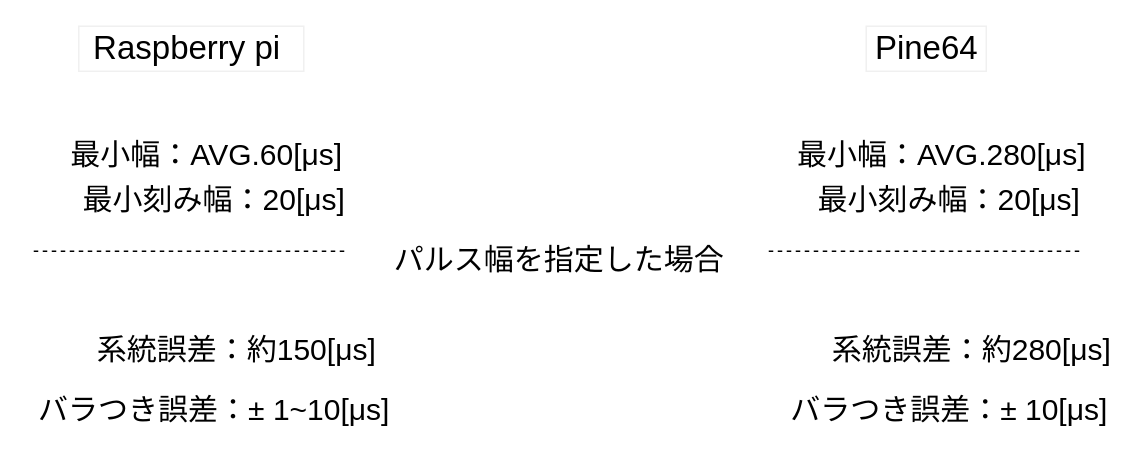
parupappa/Pine64-python--pulse keeps this draw.io diagram as Pulsesimulator/usual/seinou_hyouka.dio. Above is the earlier version. Source tidied: cells renumbered, new cells numbered last; positions are measured from the earlier drawing's top-left corner, leaving out a move shared by most shapes. Both pictures are drawn from the tidied source at 150%, with x=0, y=0 at pixel (26, 26).
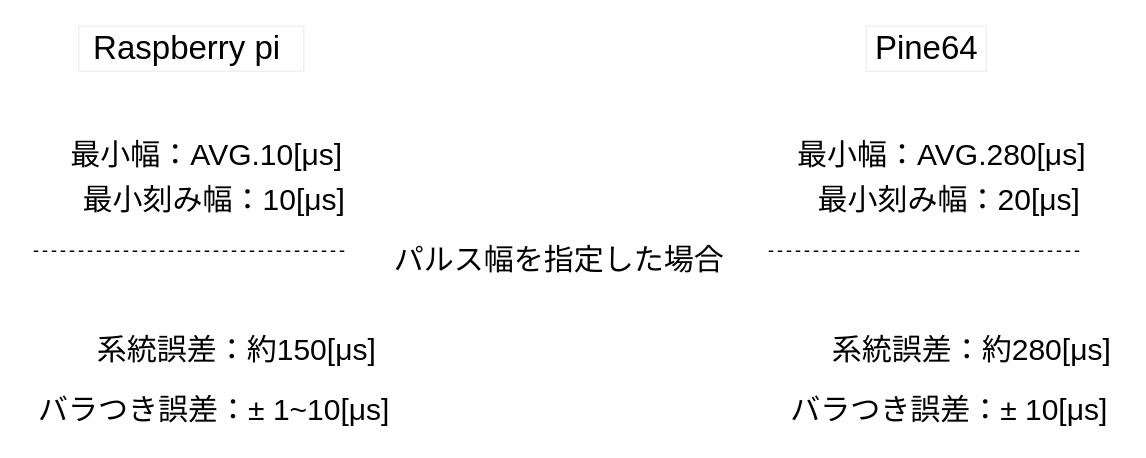
After the change.

The edit, as a diff of the source:
```diff
@@
 <mxGraphModel>
   <root>
     <mxCell id="0" />
     <mxCell id="1" parent="0" />
     <mxCell id="2" value="Raspberry pi&amp;nbsp;" style="text;html=1;align=center;verticalAlign=middle;fontSize=22;labelBorderColor=none;strokeColor=#f0f0f0;" parent="1" vertex="1">
       <mxGeometry x="35" width="150" height="30" as="geometry" />
     </mxCell>
-    <mxCell id="3" value="最小幅：AVG.60[μs]" style="text;html=1;align=center;verticalAlign=middle;fontSize=20;" parent="1" vertex="1">
+    <mxCell id="3" value="最小幅：AVG.10[μs]" style="text;html=1;align=center;verticalAlign=middle;fontSize=20;" parent="1" vertex="1">
       <mxGeometry x="24" y="71" width="192" height="28" as="geometry" />
     </mxCell>
-    <mxCell id="4" value="最小刻み幅：20[μs]" style="text;html=1;align=center;verticalAlign=middle;fontSize=20;" parent="1" vertex="1">
-      <mxGeometry x="30" y="100" width="190" height="30" as="geometry" />
+    <mxCell id="4" value="最小刻み幅：10[μs]" style="text;html=1;align=center;verticalAlign=middle;fontSize=20;" parent="1" vertex="1">
+      <mxGeometry x="32" y="101" width="186" height="28" as="geometry" />
     </mxCell>
     <mxCell id="5" value="系統誤差：約150[μs]" style="text;html=1;align=center;verticalAlign=middle;fontSize=20;" parent="1" vertex="1">
       <mxGeometry x="40" y="200" width="200" height="30" as="geometry" />
     </mxCell>
     <mxCell id="6" value="バラつき誤差：± 1~10[μs]" style="text;html=1;align=center;verticalAlign=middle;fontSize=20;" parent="1" vertex="1">
       <mxGeometry y="240" width="250" height="30" as="geometry" />
     </mxCell>
     <mxCell id="7" style="endArrow=none;dashed=1;html=1;fontSize=20;" parent="1" edge="1">
       <mxGeometry relative="1" as="geometry">
         <mxPoint x="5" y="150" as="sourcePoint" />
         <mxPoint x="215" y="150" as="targetPoint" />
       </mxGeometry>
     </mxCell>
     <mxCell id="8" value="パルス幅を指定した場合" style="text;html=1;align=center;verticalAlign=middle;fontSize=20;" parent="1" vertex="1">
       <mxGeometry x="240" y="140" width="230" height="30" as="geometry" />
     </mxCell>
     <mxCell id="9" value="Pine64" style="text;html=1;align=center;verticalAlign=middle;fontSize=22;strokeColor=#f0f0f0;" parent="1" vertex="1">
       <mxGeometry x="560" width="80" height="30" as="geometry" />
     </mxCell>
     <mxCell id="10" value="最小幅：AVG.280[μs]" style="text;html=1;align=center;verticalAlign=middle;fontSize=20;" parent="1" vertex="1">
       <mxGeometry x="505" y="70" width="210" height="30" as="geometry" />
     </mxCell>
     <mxCell id="11" value="最小刻み幅：20[μs]" style="text;html=1;align=center;verticalAlign=middle;fontSize=20;" parent="1" vertex="1">
       <mxGeometry x="520" y="100" width="190" height="30" as="geometry" />
     </mxCell>
     <mxCell id="12" value="系統誤差：約280[μs]" style="text;html=1;align=center;verticalAlign=middle;fontSize=20;" parent="1" vertex="1">
       <mxGeometry x="530" y="200" width="200" height="30" as="geometry" />
     </mxCell>
     <mxCell id="13" value="バラつき誤差：± 10[μs]" style="text;html=1;align=center;verticalAlign=middle;fontSize=20;" parent="1" vertex="1">
       <mxGeometry x="500" y="240" width="230" height="30" as="geometry" />
     </mxCell>
     <mxCell id="14" style="endArrow=none;dashed=1;html=1;fontSize=20;" parent="1" edge="1">
       <mxGeometry relative="1" as="geometry">
         <mxPoint x="495" y="150" as="sourcePoint" />
         <mxPoint x="705" y="150" as="targetPoint" />
       </mxGeometry>
     </mxCell>
   </root>
 </mxGraphModel>
```
